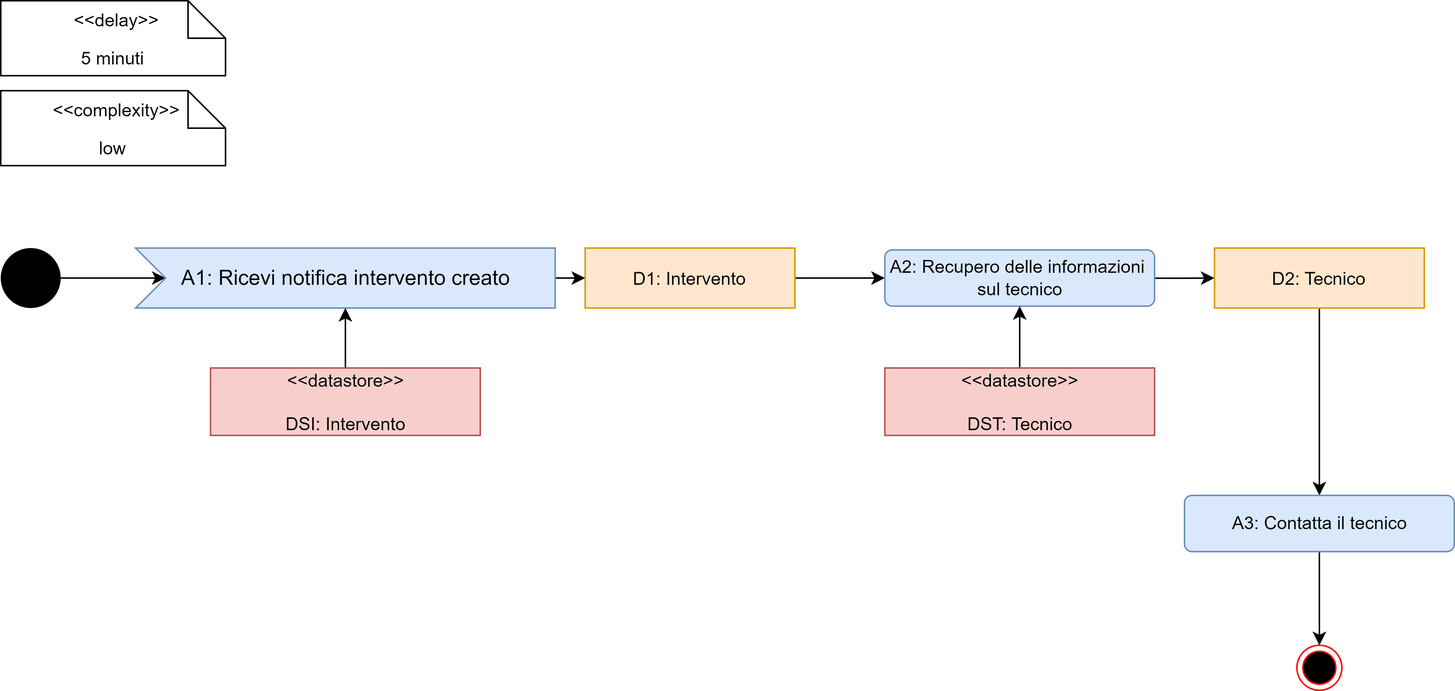
Before: images/ADUC5.png, a diagram exported from draw.io (mbeccari856608/architetturasw2024). Source tidied: cells renumbered, new cells last; positions are measured from the earlier drawing's top-left corner, leaving out a move shared by most shapes.
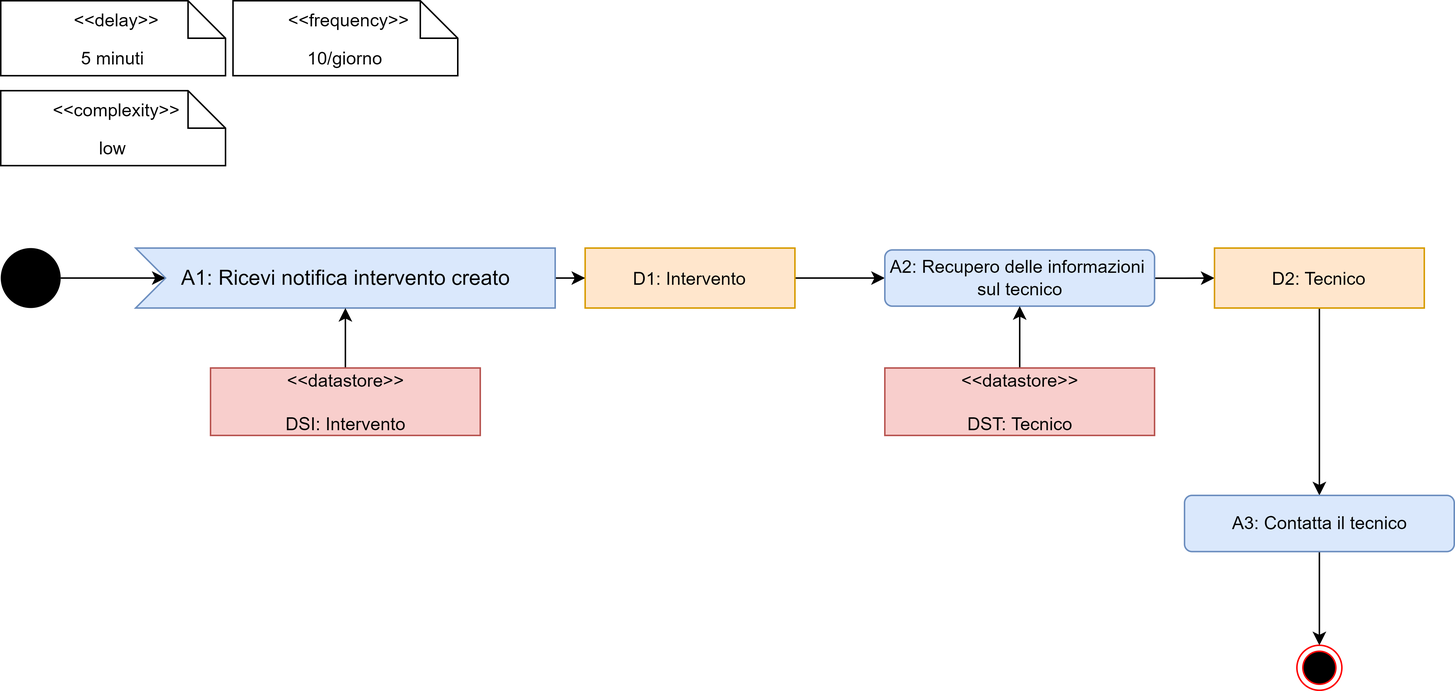
After the change.

The edit, as a diff of the source:
```diff
@@ -71,5 +71,11 @@
     <mxCell id="24" style="ellipse;html=1;shape=endState;fillColor=#000000;strokeColor=#ff0000;" parent="1" vertex="1">
       <mxGeometry x="865" y="430" width="30" height="30" as="geometry" />
     </mxCell>
+    <mxCell id="25" value="10/giorno" style="shape=note2;boundedLbl=1;whiteSpace=wrap;html=1;size=25;verticalAlign=top;align=center;" parent="1" vertex="1">
+      <mxGeometry x="155" width="150" height="50" as="geometry" />
+    </mxCell>
+    <mxCell id="26" value="&lt;&lt;frequency&gt;&gt;" style="strokeColor=none;fillColor=none;align=center;spacingLeft=5;" parent="25" vertex="1">
+      <mxGeometry width="150" height="25" relative="1" as="geometry" />
+    </mxCell>
   </root>
 </mxGraphModel>
```
